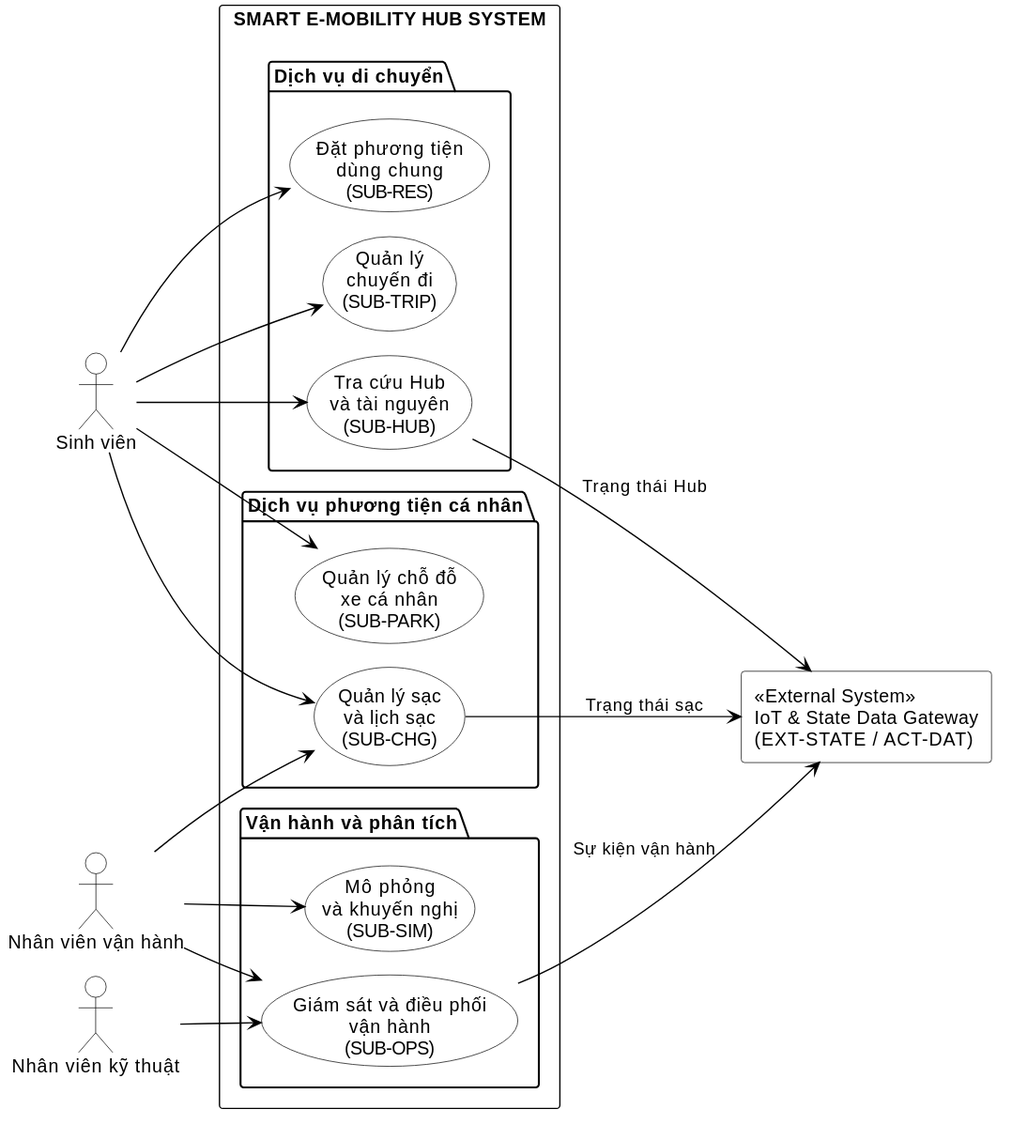
Earlier version of the PlantUML export docs/phase-1/diagrams/plantuml/output/system-use-case.svg (tranbaoanh21/software-engineering-assignment).
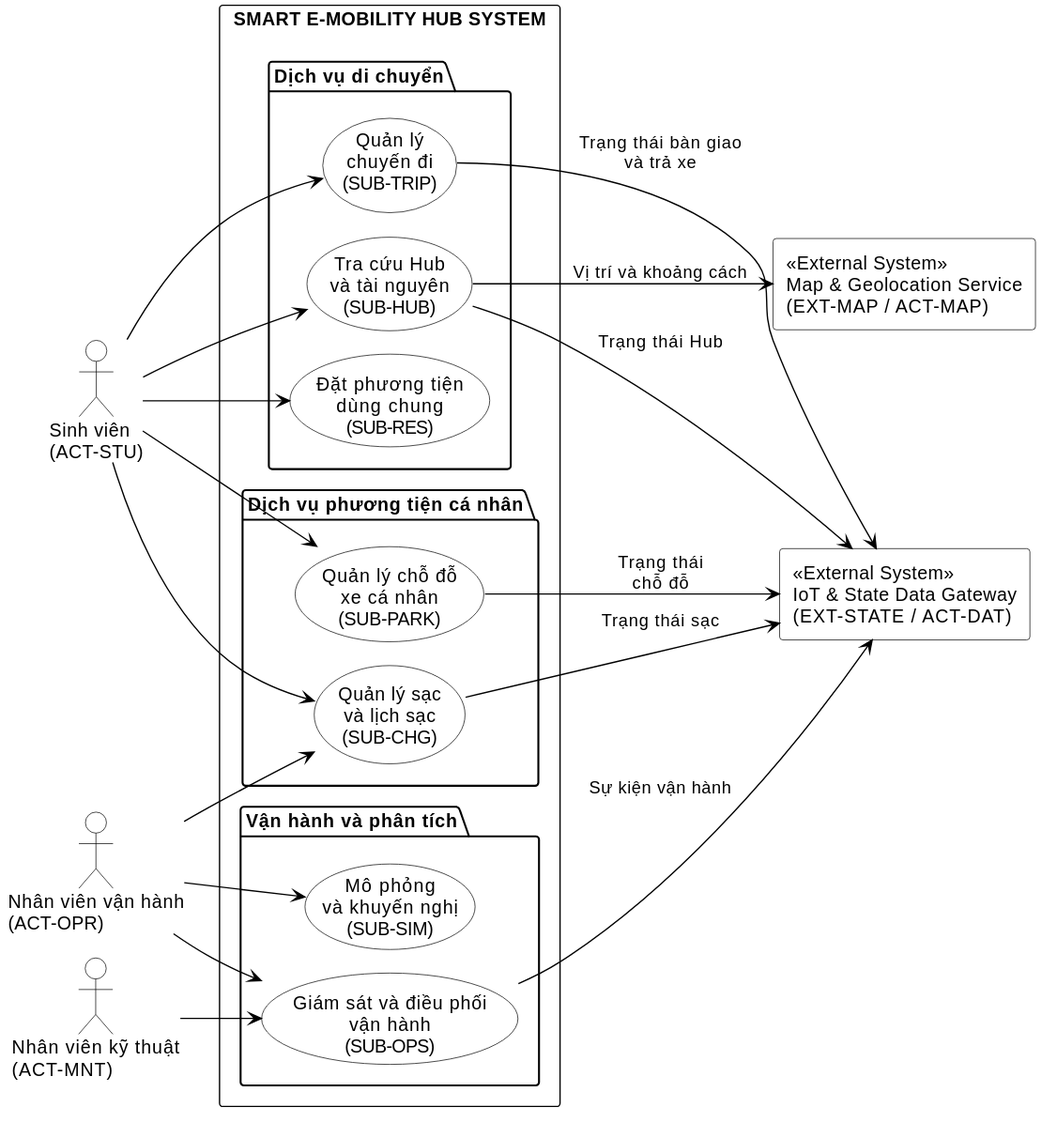
Later version of the same file.

Diff of the diagram source:
```diff
@@ -25,12 +25,13 @@
 }
 
 
-actor "Sinh viên" as Student
-actor "Nhân viên vận hành" as Operator
-actor "Nhân viên kỹ thuật" as Technician
+actor "Sinh viên\n(ACT-STU)" as Student
+actor "Nhân viên vận hành\n(ACT-OPR)" as Operator
+actor "Nhân viên kỹ thuật\n(ACT-MNT)" as Technician
 
 
 rectangle "<<External System>>\nIoT & State Data Gateway\n(EXT-STATE / ACT-DAT)" as StateSource
+rectangle "<<External System>>\nMap & Geolocation Service\n(EXT-MAP / ACT-MAP)" as MapSource
 
 
 rectangle "SMART E-MOBILITY HUB SYSTEM" {
@@ -74,6 +75,9 @@
 
 
 UC_Hub --> StateSource : "Trạng thái Hub"
+UC_Hub --> MapSource : "Vị trí và khoảng cách"
+UC_Trip --> StateSource : "Trạng thái bàn giao\nvà trả xe"
+UC_Parking --> StateSource : "Trạng thái\nchỗ đỗ"
 UC_Charging --> StateSource : "Trạng thái sạc"
 UC_Operation --> StateSource : "Sự kiện vận hành"
 @enduml
```
